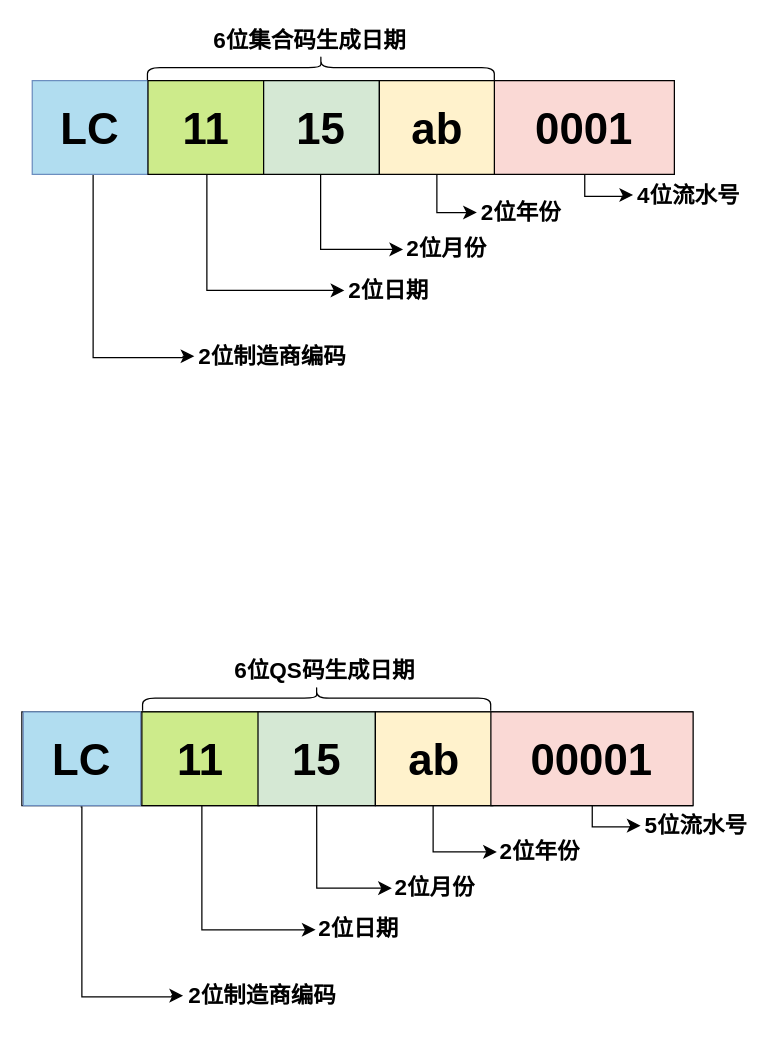
This is 250320-QS码.drawio from sjxbg/xmindfile, a draw.io file, before an edit. Source tidied: cells renumbered, new cells numbered last; positions are measured from the earlier drawing's top-left corner, leaving out a move shared by most shapes. Both pictures are drawn from the tidied source at 125%, with x=0, y=0 at pixel (21, -106).
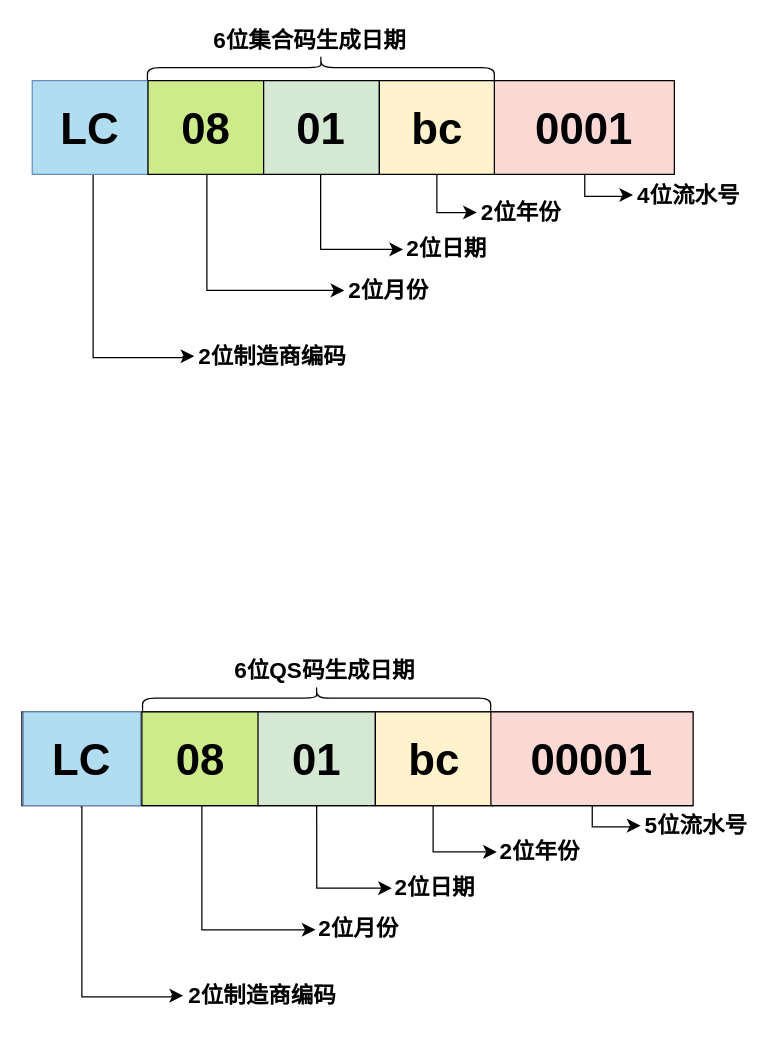
After the change.

The edit, as a diff of the source:
```diff
@@
-    <mxCell id="7" value="2位月份" style="text;strokeColor=none;fillColor=none;html=1;fontSize=18;fontStyle=1;verticalAlign=middle;align=center;" parent="1" vertex="1">
+    <mxCell id="7" value="2位日期" style="text;strokeColor=none;fillColor=none;html=1;fontSize=18;fontStyle=1;verticalAlign=middle;align=center;" parent="1" vertex="1">
       <mxGeometry x="296" y="780" width="68" height="30" as="geometry" />
     </mxCell>
@@
-    <mxCell id="11" value="2位日期" style="text;strokeColor=none;fillColor=none;html=1;fontSize=18;fontStyle=1;verticalAlign=middle;align=center;" parent="1" vertex="1">
+    <mxCell id="11" value="2位月份" style="text;strokeColor=none;fillColor=none;html=1;fontSize=18;fontStyle=1;verticalAlign=middle;align=center;" parent="1" vertex="1">
       <mxGeometry x="235" y="813.3" width="68" height="30" as="geometry" />
     </mxCell>
@@
-    <mxCell id="19" value="&amp;nbsp;2位月份" style="text;strokeColor=none;fillColor=none;html=1;fontSize=18;fontStyle=1;verticalAlign=middle;align=center;" parent="1" vertex="1">
+    <mxCell id="19" value="&amp;nbsp;2位日期" style="text;strokeColor=none;fillColor=none;html=1;fontSize=18;fontStyle=1;verticalAlign=middle;align=center;" parent="1" vertex="1">
       <mxGeometry x="305" y="268.5" width="64" height="30" as="geometry" />
     </mxCell>
@@
-    <mxCell id="23" value="2位日期" style="text;strokeColor=none;fillColor=none;html=1;fontSize=18;fontStyle=1;verticalAlign=middle;align=center;" parent="1" vertex="1">
+    <mxCell id="23" value="2位月份" style="text;strokeColor=none;fillColor=none;html=1;fontSize=18;fontStyle=1;verticalAlign=middle;align=center;" parent="1" vertex="1">
       <mxGeometry x="264" y="301.8" width="57" height="30" as="geometry" />
     </mxCell>
@@
-    <mxCell id="28" value="11" style="rounded=0;whiteSpace=wrap;html=1;fillColor=#cdeb8b;fontStyle=1;fontSize=35;" parent="1" vertex="1">
+    <mxCell id="28" value="08" style="rounded=0;whiteSpace=wrap;html=1;fillColor=#cdeb8b;fontStyle=1;fontSize=35;" parent="1" vertex="1">
       <mxGeometry x="100.9" y="149" width="92.6" height="75" as="geometry" />
     </mxCell>
-    <mxCell id="29" value="15" style="rounded=0;whiteSpace=wrap;html=1;fillColor=#d5e8d4;fontStyle=1;fontSize=35;" parent="1" vertex="1">
+    <mxCell id="29" value="01" style="rounded=0;whiteSpace=wrap;html=1;fillColor=#d5e8d4;fontStyle=1;fontSize=35;" parent="1" vertex="1">
       <mxGeometry x="193.4" y="149" width="92.6" height="75" as="geometry" />
     </mxCell>
-    <mxCell id="30" value="ab" style="rounded=0;whiteSpace=wrap;html=1;fillColor=#fff2cc;fontStyle=1;fontSize=35;" parent="1" vertex="1">
+    <mxCell id="30" value="bc" style="rounded=0;whiteSpace=wrap;html=1;fillColor=#fff2cc;fontStyle=1;fontSize=35;" parent="1" vertex="1">
       <mxGeometry x="286" y="149" width="92.6" height="75" as="geometry" />
     </mxCell>
@@
-    <mxCell id="34" value="11" style="rounded=0;whiteSpace=wrap;html=1;fillColor=#cdeb8b;fontStyle=1;fontSize=35;" parent="1" vertex="1">
+    <mxCell id="34" value="08" style="rounded=0;whiteSpace=wrap;html=1;fillColor=#cdeb8b;fontStyle=1;fontSize=35;" parent="1" vertex="1">
       <mxGeometry x="96" y="654" width="93.9" height="75" as="geometry" />
     </mxCell>
-    <mxCell id="35" value="15" style="rounded=0;whiteSpace=wrap;html=1;fillColor=#d5e8d4;fontStyle=1;fontSize=35;" parent="1" vertex="1">
+    <mxCell id="35" value="01" style="rounded=0;whiteSpace=wrap;html=1;fillColor=#d5e8d4;fontStyle=1;fontSize=35;" parent="1" vertex="1">
       <mxGeometry x="188.9" y="654" width="93.9" height="75" as="geometry" />
     </mxCell>
-    <mxCell id="36" value="ab" style="rounded=0;whiteSpace=wrap;html=1;fillColor=#fff2cc;fontStyle=1;fontSize=35;" parent="1" vertex="1">
+    <mxCell id="36" value="bc" style="rounded=0;whiteSpace=wrap;html=1;fillColor=#fff2cc;fontStyle=1;fontSize=35;" parent="1" vertex="1">
       <mxGeometry x="282.8" y="654" width="93.9" height="75" as="geometry" />
     </mxCell>
```
